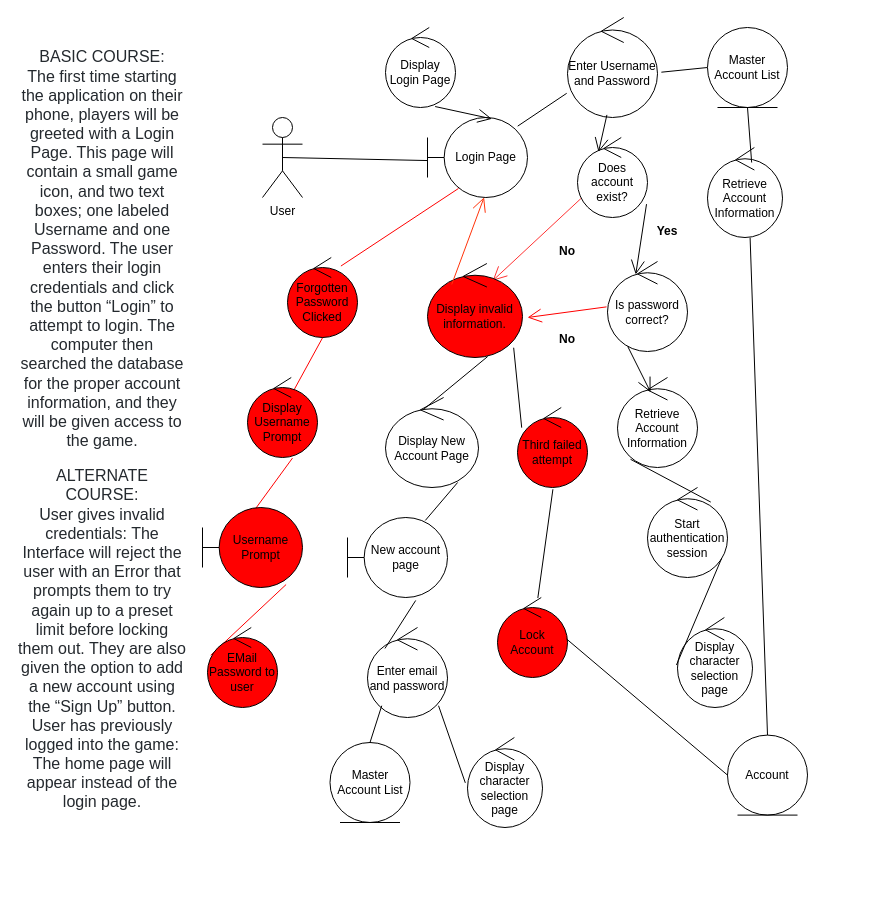
Above: Deliverable 2/LoginRobustness.drawio in aDurk47/JJAK (draw.io), before the change. Source tidied: cells renumbered, new cells numbered last; positions are measured from the earlier drawing's top-left corner, leaving out a move shared by most shapes. Both pictures are drawn from the tidied source at 100%, with x=0, y=0 at pixel (17, 17).
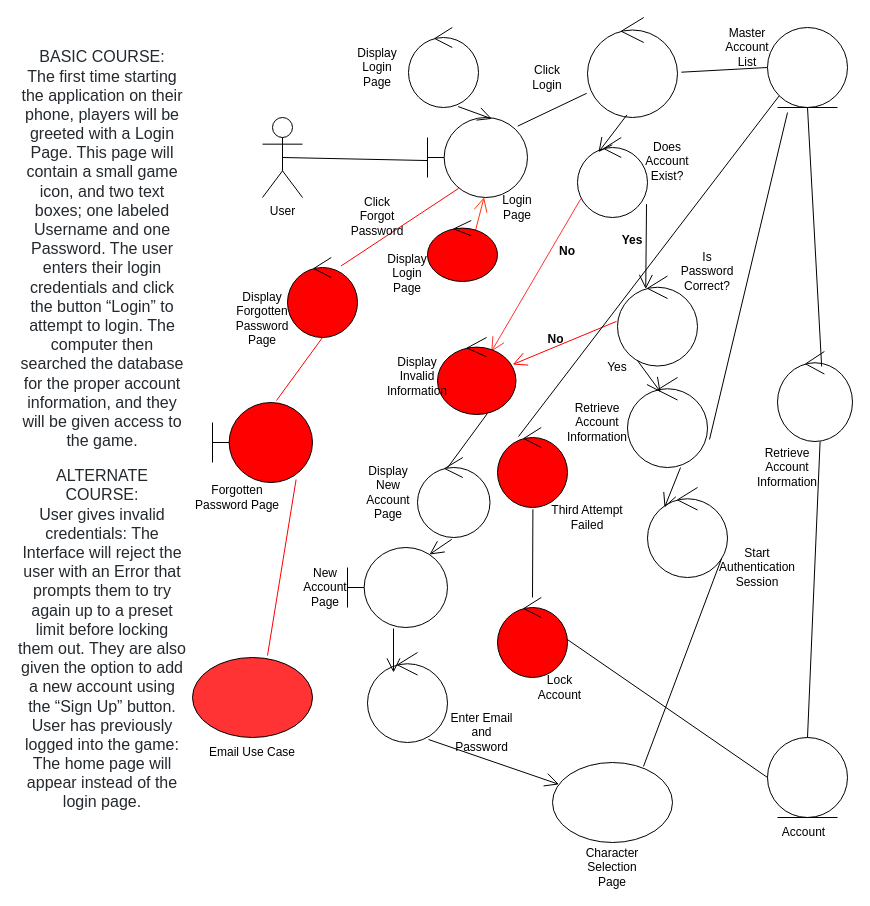
Above is the later version.

What changed in the source:
```diff
@@
-    <mxCell id="3" value="Login Page" style="shape=umlBoundary;whiteSpace=wrap;html=1;" parent="1" vertex="1">
+    <mxCell id="3" style="shape=umlBoundary;whiteSpace=wrap;html=1;" parent="1" vertex="1">
       <mxGeometry x="410" y="100" width="100" height="80" as="geometry" />
     </mxCell>
-    <mxCell id="4" value="Display Login Page" style="ellipse;shape=umlControl;whiteSpace=wrap;html=1;" parent="1" vertex="1">
-      <mxGeometry x="368" y="10" width="70" height="80" as="geometry" />
+    <mxCell id="4" style="ellipse;shape=umlControl;whiteSpace=wrap;html=1;" parent="1" vertex="1">
+      <mxGeometry x="391" y="10" width="70" height="80" as="geometry" />
     </mxCell>
@@
-    <mxCell id="7" value="Enter Username and Password" style="ellipse;shape=umlControl;whiteSpace=wrap;html=1;" parent="1" vertex="1">
-      <mxGeometry x="550" width="90" height="100" as="geometry" />
+    <mxCell id="7" style="ellipse;shape=umlControl;whiteSpace=wrap;html=1;" parent="1" vertex="1">
+      <mxGeometry x="570" width="90" height="100" as="geometry" />
     </mxCell>
@@
-    <mxCell id="10" value="Master Account List" style="ellipse;shape=umlEntity;whiteSpace=wrap;html=1;" parent="1" vertex="1">
-      <mxGeometry x="690" y="10" width="80" height="80" as="geometry" />
+    <mxCell id="10" style="ellipse;shape=umlEntity;whiteSpace=wrap;html=1;" parent="1" vertex="1">
+      <mxGeometry x="750" y="10" width="80" height="80" as="geometry" />
     </mxCell>
-    <mxCell id="11" value="Retrieve Account Information" style="ellipse;shape=umlControl;whiteSpace=wrap;html=1;" parent="1" vertex="1">
-      <mxGeometry x="690" y="130" width="75" height="90" as="geometry" />
+    <mxCell id="11" style="ellipse;shape=umlControl;whiteSpace=wrap;html=1;" parent="1" vertex="1">
+      <mxGeometry x="760" y="334" width="75" height="90" as="geometry" />
     </mxCell>
@@
-    <mxCell id="13" value="Account" style="ellipse;shape=umlEntity;whiteSpace=wrap;html=1;" parent="1" vertex="1">
-      <mxGeometry x="710" y="717.6" width="80" height="80" as="geometry" />
+    <mxCell id="13" style="ellipse;shape=umlEntity;whiteSpace=wrap;html=1;" parent="1" vertex="1">
+      <mxGeometry x="750" y="720" width="80" height="80" as="geometry" />
     </mxCell>
@@
-    <mxCell id="15" value="Does account exist?" style="ellipse;shape=umlControl;whiteSpace=wrap;html=1;" parent="1" vertex="1">
+    <mxCell id="15" style="ellipse;shape=umlControl;whiteSpace=wrap;html=1;" parent="1" vertex="1">
       <mxGeometry x="560" y="120" width="70" height="80" as="geometry" />
     </mxCell>
@@
     <mxCell id="19" value="Yes" style="text;align=center;fontStyle=1;verticalAlign=middle;spacingLeft=3;spacingRight=3;strokeColor=none;" parent="1" vertex="1">
-      <mxGeometry x="610" y="200" width="80" height="26" as="geometry" />
+      <mxGeometry x="575" y="209" width="80" height="26" as="geometry" />
     </mxCell>
@@
-    <mxCell id="21" value="Display invalid information." style="ellipse;shape=umlControl;whiteSpace=wrap;html=1;fillColor=#FF0000;" parent="1" vertex="1">
-      <mxGeometry x="410" y="246" width="95" height="94" as="geometry" />
+    <mxCell id="21" style="ellipse;shape=umlControl;whiteSpace=wrap;html=1;fillColor=#FF0000;" parent="1" vertex="1">
+      <mxGeometry x="420" y="320" width="78.5" height="77" as="geometry" />
     </mxCell>
-    <mxCell id="22" value="Is password correct?" style="ellipse;shape=umlControl;whiteSpace=wrap;html=1;" parent="1" vertex="1">
-      <mxGeometry x="590" y="244" width="80" height="90" as="geometry" />
+    <mxCell id="22" style="ellipse;shape=umlControl;whiteSpace=wrap;html=1;" parent="1" vertex="1">
+      <mxGeometry x="600" y="258.5" width="80" height="90" as="geometry" />
     </mxCell>
-    <mxCell id="23" value="Retrieve Account Information" style="ellipse;shape=umlControl;whiteSpace=wrap;html=1;" parent="1" vertex="1">
-      <mxGeometry x="600" y="360" width="80" height="90" as="geometry" />
+    <mxCell id="23" style="ellipse;shape=umlControl;whiteSpace=wrap;html=1;" parent="1" vertex="1">
+      <mxGeometry x="610" y="360" width="80" height="90" as="geometry" />
     </mxCell>
-    <mxCell id="24" style="endArrow=none;html=1;entryX=0.791;entryY=0.162;entryDx=0;entryDy=0;entryPerimeter=0;exitX=0.163;exitY=0.909;exitDx=0;exitDy=0;exitPerimeter=0;" parent="1" edge="1" source="23" target="25">
-      <mxGeometry relative="1" as="geometry" />
-    </mxCell>
-    <mxCell id="25" value="Start authentication session" style="ellipse;shape=umlControl;whiteSpace=wrap;html=1;" parent="1" vertex="1">
+    <mxCell id="25" style="ellipse;shape=umlControl;whiteSpace=wrap;html=1;" parent="1" vertex="1">
       <mxGeometry x="630" y="470" width="80" height="90" as="geometry" />
     </mxCell>
-    <mxCell id="26" style="endArrow=open;endFill=1;endSize=12;html=1;entryX=0.566;entryY=0.997;entryDx=0;entryDy=0;entryPerimeter=0;exitX=0.255;exitY=0.223;exitDx=0;exitDy=0;exitPerimeter=0;strokeColor=#FF330A;" parent="1" edge="1" source="21" target="3">
-      <mxGeometry relative="1" as="geometry" />
+    <mxCell id="26" style="endArrow=open;endFill=1;endSize=12;html=1;entryX=0.566;entryY=0.997;entryDx=0;entryDy=0;entryPerimeter=0;strokeColor=#FF330A;" parent="1" edge="1" target="3">
+      <mxGeometry relative="1" as="geometry">
+        <mxPoint x="451" y="240" as="sourcePoint" />
+      </mxGeometry>
     </mxCell>
@@
-    <mxCell id="28" style="endArrow=none;html=1;entryX=0.511;entryY=0.987;entryDx=0;entryDy=0;entryPerimeter=0;exitX=0.666;exitY=0.153;exitDx=0;exitDy=0;exitPerimeter=0;strokeColor=#FF0000;" parent="1" edge="1" source="32" target="31">
+    <mxCell id="28" style="endArrow=none;html=1;entryX=0.511;entryY=0.987;entryDx=0;entryDy=0;entryPerimeter=0;exitX=0.64;exitY=-0.025;exitDx=0;exitDy=0;exitPerimeter=0;strokeColor=#FF0000;" parent="1" edge="1" source="33" target="31">
       <mxGeometry relative="1" as="geometry" />
     </mxCell>
-    <mxCell id="29" style="endArrow=none;html=1;entryX=0.643;entryY=1.007;entryDx=0;entryDy=0;entryPerimeter=0;exitX=0.532;exitY=0.012;exitDx=0;exitDy=0;exitPerimeter=0;strokeColor=#FF0000;" parent="1" edge="1" source="33" target="32">
-      <mxGeometry relative="1" as="geometry" />
-    </mxCell>
-    <mxCell id="30" style="endArrow=none;html=1;entryX=0.836;entryY=0.963;entryDx=0;entryDy=0;entryPerimeter=0;exitX=0.046;exitY=0.347;exitDx=0;exitDy=0;exitPerimeter=0;strokeColor=#FF0000;" parent="1" edge="1" source="34" target="33">
-      <mxGeometry relative="1" as="geometry" />
+    <mxCell id="30" style="endArrow=none;html=1;entryX=0.836;entryY=0.963;entryDx=0;entryDy=0;entryPerimeter=0;strokeColor=#FF0000;" parent="1" edge="1" target="33">
+      <mxGeometry relative="1" as="geometry">
+        <mxPoint x="250" y="638" as="sourcePoint" />
+      </mxGeometry>
     </mxCell>
-    <mxCell id="31" value="Forgotten Password Clicked" style="ellipse;shape=umlControl;whiteSpace=wrap;html=1;fillColor=#FF0000;" parent="1" vertex="1">
+    <mxCell id="31" style="ellipse;shape=umlControl;whiteSpace=wrap;html=1;fillColor=#FF0000;" parent="1" vertex="1">
       <mxGeometry x="270" y="240" width="70" height="80" as="geometry" />
     </mxCell>
-    <mxCell id="32" value="Display Username Prompt" style="ellipse;shape=umlControl;whiteSpace=wrap;html=1;fillColor=#FF0000;" parent="1" vertex="1">
-      <mxGeometry x="230" y="360" width="70" height="80" as="geometry" />
-    </mxCell>
-    <mxCell id="33" value="Username Prompt" style="shape=umlBoundary;whiteSpace=wrap;html=1;fillColor=#FF0000;" parent="1" vertex="1">
-      <mxGeometry x="185" y="490" width="100" height="80" as="geometry" />
+    <mxCell id="33" style="shape=umlBoundary;whiteSpace=wrap;html=1;fillColor=#FF0000;" parent="1" vertex="1">
+      <mxGeometry x="195" y="385" width="100" height="80" as="geometry" />
     </mxCell>
-    <mxCell id="34" value="EMail Password to user" style="ellipse;shape=umlControl;whiteSpace=wrap;html=1;fillColor=#FF0000;" parent="1" vertex="1">
-      <mxGeometry x="190" y="610" width="70" height="80" as="geometry" />
-    </mxCell>
@@
-    <mxCell id="36" value="Display character selection page" style="ellipse;shape=umlControl;whiteSpace=wrap;html=1;fillColor=#FFFFFF;" parent="1" vertex="1">
-      <mxGeometry x="660" y="600" width="75" height="90" as="geometry" />
-    </mxCell>
-    <mxCell id="37" style="endArrow=none;html=1;entryX=0.928;entryY=0.784;entryDx=0;entryDy=0;entryPerimeter=0;exitX=-0.014;exitY=0.528;exitDx=0;exitDy=0;exitPerimeter=0;" parent="1" edge="1" source="36" target="25">
+    <mxCell id="37" style="endArrow=none;html=1;entryX=0.928;entryY=0.784;entryDx=0;entryDy=0;entryPerimeter=0;exitX=0.758;exitY=0.05;exitDx=0;exitDy=0;exitPerimeter=0;" parent="1" edge="1" source="63" target="25">
       <mxGeometry relative="1" as="geometry" />
     </mxCell>
-    <mxCell id="38" value="Display New Account Page" style="ellipse;shape=umlControl;whiteSpace=wrap;html=1;fillColor=#FFFFFF;" parent="1" vertex="1">
-      <mxGeometry x="368" y="380" width="93" height="90" as="geometry" />
+    <mxCell id="38" style="ellipse;shape=umlControl;whiteSpace=wrap;html=1;fillColor=#FFFFFF;" parent="1" vertex="1">
+      <mxGeometry x="400" y="440" width="72.5" height="80" as="geometry" />
     </mxCell>
@@
-    <mxCell id="40" value="New account page" style="shape=umlBoundary;whiteSpace=wrap;html=1;fillColor=#FFFFFF;" parent="1" vertex="1">
-      <mxGeometry x="330" y="500" width="100" height="80" as="geometry" />
+    <mxCell id="40" style="shape=umlBoundary;whiteSpace=wrap;html=1;fillColor=#FFFFFF;" parent="1" vertex="1">
+      <mxGeometry x="330" y="530" width="100" height="80" as="geometry" />
     </mxCell>
-    <mxCell id="41" style="endArrow=none;html=1;entryX=0.776;entryY=0.944;entryDx=0;entryDy=0;entryPerimeter=0;exitX=0.778;exitY=0.037;exitDx=0;exitDy=0;exitPerimeter=0;" parent="1" edge="1" source="40" target="38">
-      <mxGeometry relative="1" as="geometry" />
-    </mxCell>
-    <mxCell id="42" value="Enter email and password" style="ellipse;shape=umlControl;whiteSpace=wrap;html=1;fillColor=#FFFFFF;" parent="1" vertex="1">
-      <mxGeometry x="350" y="610" width="80" height="90" as="geometry" />
+    <mxCell id="42" style="ellipse;shape=umlControl;whiteSpace=wrap;html=1;fillColor=#FFFFFF;" parent="1" vertex="1">
+      <mxGeometry x="350" y="635" width="80" height="90" as="geometry" />
     </mxCell>
-    <mxCell id="43" style="endArrow=none;html=1;entryX=0.682;entryY=1.037;entryDx=0;entryDy=0;entryPerimeter=0;exitX=0.218;exitY=0.233;exitDx=0;exitDy=0;exitPerimeter=0;" parent="1" edge="1" source="42" target="40">
-      <mxGeometry relative="1" as="geometry" />
-    </mxCell>
-    <mxCell id="44" value="Display character selection page" style="ellipse;shape=umlControl;whiteSpace=wrap;html=1;fillColor=#FFFFFF;" parent="1" vertex="1">
-      <mxGeometry x="450" y="720" width="75" height="90" as="geometry" />
-    </mxCell>
-    <mxCell id="45" style="endArrow=none;html=1;entryX=0.888;entryY=0.869;entryDx=0;entryDy=0;entryPerimeter=0;exitX=-0.029;exitY=0.504;exitDx=0;exitDy=0;exitPerimeter=0;" parent="1" edge="1" source="44" target="42">
-      <mxGeometry relative="1" as="geometry" />
-    </mxCell>
-    <mxCell id="46" value="Master Account List" style="ellipse;shape=umlEntity;whiteSpace=wrap;html=1;fillColor=#FFFFFF;" parent="1" vertex="1">
-      <mxGeometry x="312.5" y="725" width="80" height="80" as="geometry" />
-    </mxCell>
-    <mxCell id="47" style="endArrow=none;html=1;entryX=0.178;entryY=0.869;entryDx=0;entryDy=0;entryPerimeter=0;exitX=0.5;exitY=0;exitDx=0;exitDy=0;" parent="1" edge="1" source="46" target="42">
-      <mxGeometry relative="1" as="geometry" />
-    </mxCell>
-    <mxCell id="48" style="endArrow=open;endFill=1;endSize=12;html=1;exitX=-0.012;exitY=0.504;exitDx=0;exitDy=0;exitPerimeter=0;strokeColor=#FF0000;" parent="1" edge="1" source="22">
-      <mxGeometry relative="1" as="geometry">
-        <mxPoint x="510" y="300" as="targetPoint" />
-      </mxGeometry>
+    <mxCell id="48" style="endArrow=open;endFill=1;endSize=12;html=1;exitX=-0.012;exitY=0.504;exitDx=0;exitDy=0;exitPerimeter=0;strokeColor=#FF0000;entryX=0.958;entryY=0.351;entryDx=0;entryDy=0;entryPerimeter=0;" parent="1" edge="1" source="22" target="21">
+      <mxGeometry relative="1" as="geometry" />
     </mxCell>
     <mxCell id="49" value="No" style="text;align=center;fontStyle=1;verticalAlign=middle;spacingLeft=3;spacingRight=3;strokeColor=none;" parent="1" vertex="1">
-      <mxGeometry x="510" y="308" width="80" height="26" as="geometry" />
+      <mxGeometry x="498.5" y="308" width="80" height="26" as="geometry" />
     </mxCell>
@@
-    <mxCell id="51" value="Third failed attempt" style="ellipse;shape=umlControl;whiteSpace=wrap;html=1;fillColor=#FF0000;" parent="1" vertex="1">
-      <mxGeometry x="500" y="390" width="70" height="80" as="geometry" />
+    <mxCell id="51" style="ellipse;shape=umlControl;whiteSpace=wrap;html=1;fillColor=#FF0000;" parent="1" vertex="1">
+      <mxGeometry x="480" y="410" width="70" height="80" as="geometry" />
     </mxCell>
-    <mxCell id="52" value="Lock Account" style="ellipse;shape=umlControl;whiteSpace=wrap;html=1;fillColor=#FF0000;" parent="1" vertex="1">
+    <mxCell id="52" style="ellipse;shape=umlControl;whiteSpace=wrap;html=1;fillColor=#FF0000;" parent="1" vertex="1">
       <mxGeometry x="480" y="580" width="70" height="80" as="geometry" />
     </mxCell>
@@
-    <mxCell id="54" style="endArrow=none;html=1;entryX=0.907;entryY=0.896;entryDx=0;entryDy=0;entryPerimeter=0;exitX=0.06;exitY=0.252;exitDx=0;exitDy=0;exitPerimeter=0;" parent="1" edge="1" source="51" target="21">
+    <mxCell id="54" style="endArrow=none;html=1;entryX=0;entryY=1;entryDx=0;entryDy=0;exitX=0.3;exitY=0.113;exitDx=0;exitDy=0;exitPerimeter=0;" parent="1" edge="1" source="51" target="10">
       <mxGeometry relative="1" as="geometry" />
     </mxCell>
@@
+    <mxCell id="56" style="ellipse;whiteSpace=wrap;html=1;fillColor=#FF3333;" parent="1" vertex="1">
+      <mxGeometry x="175" y="640" width="120" height="80" as="geometry" />
+    </mxCell>
+    <mxCell id="57" value="Email Use Case" style="text;html=1;strokeColor=none;fillColor=none;align=center;verticalAlign=middle;whiteSpace=wrap;rounded=0;" parent="1" vertex="1">
+      <mxGeometry x="190" y="725" width="90" height="20" as="geometry" />
+    </mxCell>
+    <mxCell id="58" value="Forgotten Password Page" style="text;html=1;strokeColor=none;fillColor=none;align=center;verticalAlign=middle;whiteSpace=wrap;rounded=0;" parent="1" vertex="1">
+      <mxGeometry x="170" y="470" width="100" height="20" as="geometry" />
+    </mxCell>
+    <mxCell id="59" value="Click Forgot Password" style="text;html=1;strokeColor=none;fillColor=none;align=center;verticalAlign=middle;whiteSpace=wrap;rounded=0;" parent="1" vertex="1">
+      <mxGeometry x="340" y="189" width="40" height="20" as="geometry" />
+    </mxCell>
+    <mxCell id="60" style="endArrow=none;html=1;entryX=0.25;entryY=1.063;entryDx=0;entryDy=0;exitX=1.025;exitY=0.689;exitDx=0;exitDy=0;exitPerimeter=0;entryPerimeter=0;" parent="1" edge="1" source="23" target="10">
+      <mxGeometry relative="1" as="geometry" />
+    </mxCell>
+    <mxCell id="61" value="Yes" style="text;html=1;strokeColor=none;fillColor=none;align=center;verticalAlign=middle;whiteSpace=wrap;rounded=0;" parent="1" vertex="1">
+      <mxGeometry x="580" y="340" width="40" height="20" as="geometry" />
+    </mxCell>
+    <mxCell id="62" value="Click Login" style="text;html=1;strokeColor=none;fillColor=none;align=center;verticalAlign=middle;whiteSpace=wrap;rounded=0;" parent="1" vertex="1">
+      <mxGeometry x="510" y="50" width="40" height="20" as="geometry" />
+    </mxCell>
+    <mxCell id="24" style="endArrow=open;endFill=1;endSize=12;html=1;exitX=0.663;exitY=1;exitDx=0;exitDy=0;exitPerimeter=0;entryX=0.213;entryY=0.222;entryDx=0;entryDy=0;entryPerimeter=0;" parent="1" edge="1" source="23" target="25">
+      <mxGeometry relative="1" as="geometry" />
+    </mxCell>
+    <mxCell id="63" style="ellipse;whiteSpace=wrap;html=1;fillColor=#FFFFFF;" parent="1" vertex="1">
+      <mxGeometry x="535" y="745" width="120" height="80" as="geometry" />
+    </mxCell>
+    <mxCell id="64" value="Character Selection Page" style="text;html=1;strokeColor=none;fillColor=none;align=center;verticalAlign=middle;whiteSpace=wrap;rounded=0;" parent="1" vertex="1">
+      <mxGeometry x="575" y="840" width="40" height="20" as="geometry" />
+    </mxCell>
+    <mxCell id="65" value="Display Forgotten Password Page" style="text;html=1;strokeColor=none;fillColor=none;align=center;verticalAlign=middle;whiteSpace=wrap;rounded=0;" parent="1" vertex="1">
+      <mxGeometry x="225" y="291" width="40" height="20" as="geometry" />
+    </mxCell>
+    <mxCell id="66" value="Account" style="text;html=1;strokeColor=none;fillColor=none;align=center;verticalAlign=middle;whiteSpace=wrap;rounded=0;" parent="1" vertex="1">
+      <mxGeometry x="753" y="805" width="67" height="20" as="geometry" />
+    </mxCell>
+    <mxCell id="67" value="Lock Account" style="text;html=1;strokeColor=none;fillColor=none;align=center;verticalAlign=middle;whiteSpace=wrap;rounded=0;" parent="1" vertex="1">
+      <mxGeometry x="510" y="660" width="65" height="20" as="geometry" />
+    </mxCell>
+    <mxCell id="68" value="Third Attempt Failed" style="text;html=1;strokeColor=none;fillColor=none;align=center;verticalAlign=middle;whiteSpace=wrap;rounded=0;" parent="1" vertex="1">
+      <mxGeometry x="530" y="490" width="80" height="20" as="geometry" />
+    </mxCell>
+    <mxCell id="69" style="endArrow=open;endFill=1;endSize=12;html=1;exitX=0.763;exitY=0.967;exitDx=0;exitDy=0;exitPerimeter=0;" parent="1" edge="1" source="42" target="63">
+      <mxGeometry relative="1" as="geometry" />
+    </mxCell>
+    <mxCell id="70" style="endArrow=open;endFill=1;endSize=12;html=1;exitX=0.46;exitY=1.013;exitDx=0;exitDy=0;exitPerimeter=0;entryX=0.325;entryY=0.222;entryDx=0;entryDy=0;entryPerimeter=0;" parent="1" edge="1" source="40" target="42">
+      <mxGeometry relative="1" as="geometry" />
+    </mxCell>
+    <mxCell id="71" style="endArrow=open;endFill=1;endSize=12;html=1;exitX=0.473;exitY=1.022;exitDx=0;exitDy=0;exitPerimeter=0;entryX=0.82;entryY=0.088;entryDx=0;entryDy=0;entryPerimeter=0;" parent="1" edge="1" source="38" target="40">
+      <mxGeometry relative="1" as="geometry" />
+    </mxCell>
+    <mxCell id="46" value="Master Account List" style="text;html=1;strokeColor=none;fillColor=none;align=center;verticalAlign=middle;whiteSpace=wrap;rounded=0;" parent="1" vertex="1">
+      <mxGeometry x="710" y="20" width="40" height="20" as="geometry" />
+    </mxCell>
+    <mxCell id="72" value="Retrieve Account Information" style="text;html=1;strokeColor=none;fillColor=none;align=center;verticalAlign=middle;whiteSpace=wrap;rounded=0;" parent="1" vertex="1">
+      <mxGeometry x="750" y="440" width="40" height="20" as="geometry" />
+    </mxCell>
+    <mxCell id="73" value="New Account Page" style="text;html=1;strokeColor=none;fillColor=none;align=center;verticalAlign=middle;whiteSpace=wrap;rounded=0;" parent="1" vertex="1">
+      <mxGeometry x="288" y="560" width="40" height="20" as="geometry" />
+    </mxCell>
+    <mxCell id="74" value="Display New Account Page" style="text;html=1;strokeColor=none;fillColor=none;align=center;verticalAlign=middle;whiteSpace=wrap;rounded=0;" parent="1" vertex="1">
+      <mxGeometry x="351" y="465" width="40" height="20" as="geometry" />
+    </mxCell>
+    <mxCell id="75" value="Display Invalid Information" style="text;html=1;strokeColor=none;fillColor=none;align=center;verticalAlign=middle;whiteSpace=wrap;rounded=0;" parent="1" vertex="1">
+      <mxGeometry x="380" y="348.5" width="40" height="20" as="geometry" />
+    </mxCell>
+    <mxCell id="76" style="ellipse;shape=umlControl;whiteSpace=wrap;html=1;fillColor=#FF0000;" parent="1" vertex="1">
+      <mxGeometry x="410" y="203" width="70" height="61" as="geometry" />
+    </mxCell>
+    <mxCell id="77" value="Does Account Exist?" style="text;html=1;strokeColor=none;fillColor=none;align=center;verticalAlign=middle;whiteSpace=wrap;rounded=0;" parent="1" vertex="1">
+      <mxGeometry x="630" y="134" width="40" height="20" as="geometry" />
+    </mxCell>
+    <mxCell id="78" value="Is Password Correct?" style="text;html=1;strokeColor=none;fillColor=none;align=center;verticalAlign=middle;whiteSpace=wrap;rounded=0;" parent="1" vertex="1">
+      <mxGeometry x="670" y="244" width="40" height="20" as="geometry" />
+    </mxCell>
+    <mxCell id="79" value="Retrieve Account Information" style="text;html=1;strokeColor=none;fillColor=none;align=center;verticalAlign=middle;whiteSpace=wrap;rounded=0;" parent="1" vertex="1">
+      <mxGeometry x="560" y="395" width="40" height="20" as="geometry" />
+    </mxCell>
+    <mxCell id="80" value="Start Authentication Session" style="text;html=1;strokeColor=none;fillColor=none;align=center;verticalAlign=middle;whiteSpace=wrap;rounded=0;" parent="1" vertex="1">
+      <mxGeometry x="720" y="540" width="40" height="20" as="geometry" />
+    </mxCell>
+    <mxCell id="81" value="Login Page" style="text;html=1;strokeColor=none;fillColor=none;align=center;verticalAlign=middle;whiteSpace=wrap;rounded=0;" parent="1" vertex="1">
+      <mxGeometry x="480" y="180" width="40" height="20" as="geometry" />
+    </mxCell>
+    <mxCell id="82" value="Display Login Page" style="text;html=1;strokeColor=none;fillColor=none;align=center;verticalAlign=middle;whiteSpace=wrap;rounded=0;" parent="1" vertex="1">
+      <mxGeometry x="340" y="40" width="40" height="20" as="geometry" />
+    </mxCell>
+    <mxCell id="83" value="Enter Email and Password" style="text;html=1;strokeColor=none;fillColor=none;align=center;verticalAlign=middle;whiteSpace=wrap;rounded=0;" parent="1" vertex="1">
+      <mxGeometry x="429.5" y="705" width="69" height="20" as="geometry" />
+    </mxCell>
+    <mxCell id="84" value="Display Login Page" style="text;html=1;strokeColor=none;fillColor=none;align=center;verticalAlign=middle;whiteSpace=wrap;rounded=0;" parent="1" vertex="1">
+      <mxGeometry x="370" y="246" width="40" height="20" as="geometry" />
+    </mxCell>
```
